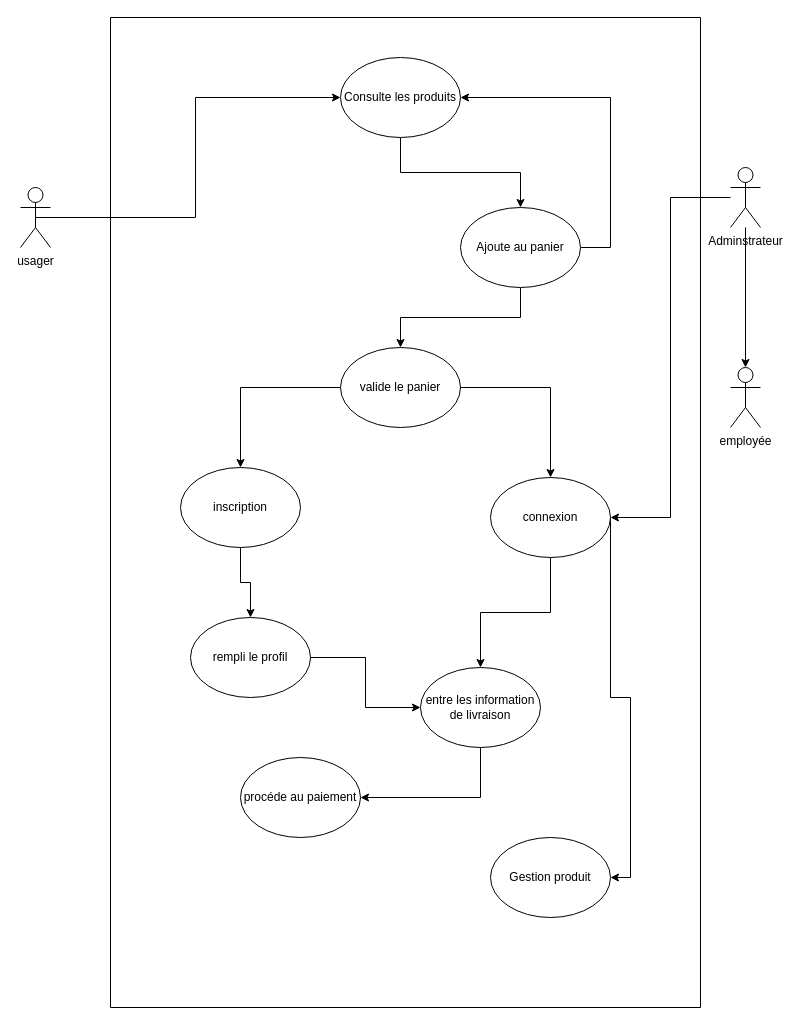
Earlier version of the draw.io diagram fil_rouge/UML/cas_d_utilisation.drawio (Lefhar/cda). Source tidied: cells renumbered, new cells numbered last; positions are measured from the earlier drawing's top-left corner, leaving out a move shared by most shapes. Both pictures are drawn from the tidied source at 100%, with x=0, y=0 at pixel (20, 17).
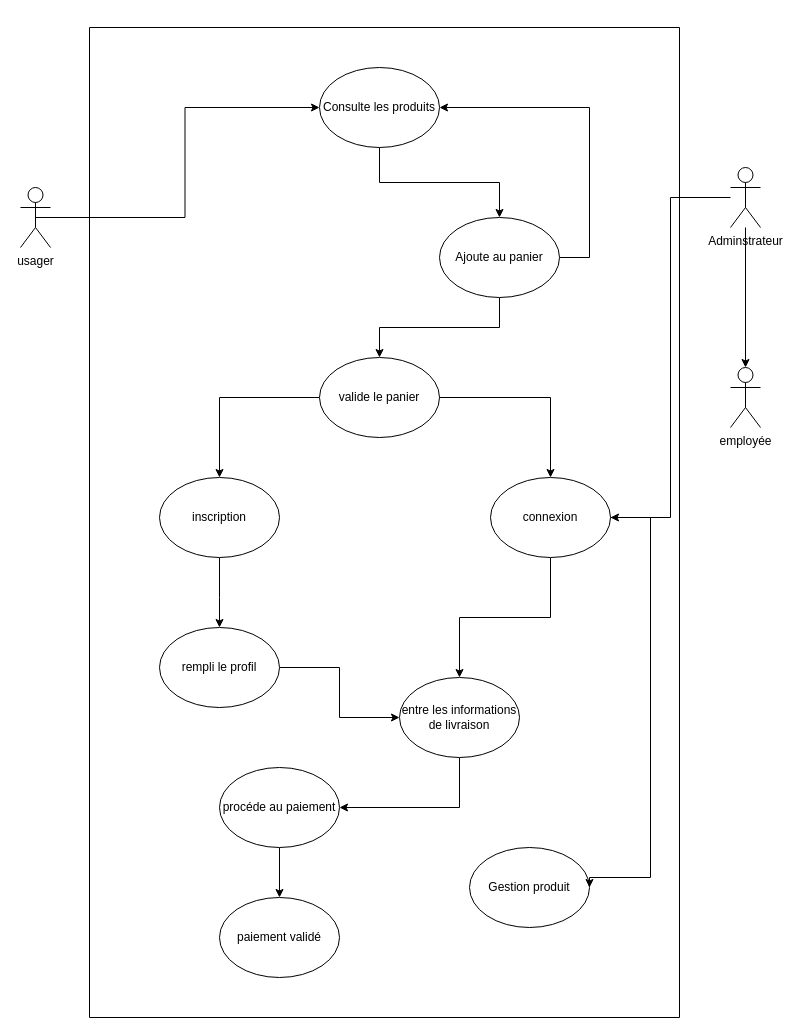
Above is the later version.

Commit message:
mise à jour

The change refers to these unchanged cells:
```xml
<mxCell id="13" value="inscription" style="ellipse;whiteSpace=wrap;html=1;" parent="4" vertex="1">
  <mxGeometry x="70" y="450" width="120" height="80" as="geometry" />
</mxCell>
<mxCell id="18" value="procéde au paiement" style="ellipse;whiteSpace=wrap;html=1;" parent="4" vertex="1">
  <mxGeometry x="130" y="740" width="120" height="80" as="geometry" />
</mxCell>
<mxCell id="19" value="Gestion produit" style="ellipse;whiteSpace=wrap;html=1;" parent="4" vertex="1">
  <mxGeometry x="380" y="820" width="120" height="80" as="geometry" />
</mxCell>
<mxCell id="26" value="connexion" style="ellipse;whiteSpace=wrap;html=1;" parent="1" vertex="1">
  <mxGeometry x="470" y="460" width="120" height="80" as="geometry" />
</mxCell>
```

Change to the diagram source:
```diff
@@
     <mxCell id="4" style="swimlane;startSize=0;" parent="1" vertex="1">
-      <mxGeometry x="90" width="590" height="990" as="geometry" />
+      <mxGeometry x="69" y="10" width="590" height="990" as="geometry" />
     </mxCell>
@@
     <mxCell id="12" style="edgeStyle=orthogonalEdgeStyle;rounded=0;jettySize=auto;html=1;" parent="4" edge="1" source="13" target="15">
-      <mxGeometry relative="1" as="geometry" />
+      <mxGeometry relative="1" as="geometry">
+        <Array as="points">
+          <mxPoint x="130" y="570" />
+          <mxPoint x="130" y="570" />
+        </Array>
+      </mxGeometry>
     </mxCell>
@@
     <mxCell id="15" value="rempli le profil" style="ellipse;whiteSpace=wrap;html=1;" parent="4" vertex="1">
-      <mxGeometry x="80" y="600" width="120" height="80" as="geometry" />
+      <mxGeometry x="70" y="600" width="120" height="80" as="geometry" />
     </mxCell>
@@
-    <mxCell id="17" value="entre les information de livraison" style="ellipse;whiteSpace=wrap;html=1;" parent="4" vertex="1">
+    <mxCell id="17" value="entre les informations de livraison" style="ellipse;whiteSpace=wrap;html=1;" parent="4" vertex="1">
       <mxGeometry x="310" y="650" width="120" height="80" as="geometry" />
     </mxCell>
+    <mxCell id="28" style="edgeStyle=orthogonalEdgeStyle;rounded=0;jettySize=auto;html=1;" parent="4" edge="1" source="18" target="29">
+      <mxGeometry relative="1" as="geometry" />
+    </mxCell>
@@
+    <mxCell id="29" value="paiement validé" style="ellipse;whiteSpace=wrap;html=1;" parent="4" vertex="1">
+      <mxGeometry x="130" y="870" width="120" height="80" as="geometry" />
+    </mxCell>
@@
     <mxCell id="25" style="edgeStyle=orthogonalEdgeStyle;rounded=0;jettySize=auto;html=1;entryX=1;entryY=0.5;entryDx=0;entryDy=0;" parent="1" edge="1" source="26" target="19">
       <mxGeometry relative="1" as="geometry">
         <Array as="points">
-          <mxPoint x="590" y="680" />
-          <mxPoint x="610" y="680" />
-          <mxPoint x="610" y="860" />
+          <mxPoint x="630" y="500" />
+          <mxPoint x="630" y="860" />
+          <mxPoint x="569" y="860" />
         </Array>
       </mxGeometry>
     </mxCell>
```
